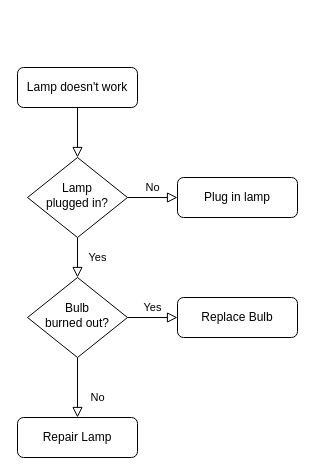
Before: 低代码与传统模式开发流程差异.drawio in zy380196088/draw-workspace, a draw.io diagram. Source tidied: cells renumbered, new cells numbered last; positions are measured from the earlier drawing's top-left corner, leaving out a move shared by most shapes. Both pictures are drawn from the tidied source at 100%, with x=0, y=0 at pixel (17, 67).
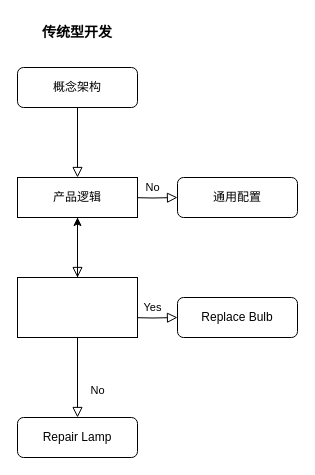
After the change.

Commit message (it also covers changes not shown here):
更新低代码与传统模式开发流程差异.drawio

Diff of the diagram source:
```diff
@@
 <mxGraphModel>
   <root>
     <mxCell id="0" />
     <mxCell id="1" parent="0" />
-    <mxCell id="2" style="rounded=0;html=1;jettySize=auto;fontSize=11;endArrow=block;endFill=0;endSize=8;strokeWidth=1;shadow=0;labelBackgroundColor=none;edgeStyle=orthogonalEdgeStyle;" parent="1" edge="1" source="3" target="6">
+    <mxCell id="2" style="rounded=0;html=1;jettySize=auto;fontSize=11;endArrow=block;endFill=0;endSize=8;strokeWidth=1;shadow=0;labelBackgroundColor=none;edgeStyle=orthogonalEdgeStyle;entryX=0.5;entryY=0;entryDx=0;entryDy=0;" parent="1" edge="1" source="3" target="13">
       <mxGeometry relative="1" as="geometry" />
     </mxCell>
-    <mxCell id="3" value="Lamp doesn't work" style="rounded=1;whiteSpace=wrap;html=1;fontSize=12;glass=0;strokeWidth=1;shadow=0;" parent="1" vertex="1">
+    <mxCell id="3" value="概念架构" style="rounded=1;whiteSpace=wrap;html=1;fontSize=12;glass=0;strokeWidth=1;shadow=0;" parent="1" vertex="1">
       <mxGeometry width="120" height="40" as="geometry" />
     </mxCell>
-    <mxCell id="4" value="Yes" style="rounded=0;html=1;jettySize=auto;fontSize=11;endArrow=block;endFill=0;endSize=8;strokeWidth=1;shadow=0;labelBackgroundColor=none;edgeStyle=orthogonalEdgeStyle;" parent="1" edge="1" source="6" target="10">
+    <mxCell id="4" style="rounded=0;html=1;jettySize=auto;fontSize=11;endArrow=block;endFill=0;endSize=8;strokeWidth=1;shadow=0;labelBackgroundColor=none;edgeStyle=orthogonalEdgeStyle;entryX=0.5;entryY=0;entryDx=0;entryDy=0;" parent="1" edge="1" source="13" target="16">
       <mxGeometry y="20" relative="1" as="geometry" />
     </mxCell>
-    <mxCell id="5" value="No" style="edgeStyle=orthogonalEdgeStyle;rounded=0;html=1;jettySize=auto;fontSize=11;endArrow=block;endFill=0;endSize=8;strokeWidth=1;shadow=0;labelBackgroundColor=none;" parent="1" edge="1" source="6" target="7">
-      <mxGeometry y="10" relative="1" as="geometry" />
+    <mxCell id="5" value="No" style="edgeStyle=orthogonalEdgeStyle;rounded=0;html=1;jettySize=auto;fontSize=11;endArrow=block;endFill=0;endSize=8;strokeWidth=1;shadow=0;labelBackgroundColor=none;" parent="1" edge="1" target="7">
+      <mxGeometry y="10" relative="1" as="geometry">
+        <mxPoint x="110" y="130" as="sourcePoint" />
+      </mxGeometry>
     </mxCell>
-    <mxCell id="6" value="Lamp&lt;br&gt;plugged in?" style="rhombus;whiteSpace=wrap;html=1;shadow=0;fontFamily=Helvetica;fontSize=12;align=center;strokeWidth=1;spacing=6;spacingTop=-4;" parent="1" vertex="1">
-      <mxGeometry x="10" y="90" width="100" height="80" as="geometry" />
-    </mxCell>
-    <mxCell id="7" value="Plug in lamp" style="rounded=1;whiteSpace=wrap;html=1;fontSize=12;glass=0;strokeWidth=1;shadow=0;" parent="1" vertex="1">
+    <mxCell id="7" value="通用配置" style="rounded=1;whiteSpace=wrap;html=1;fontSize=12;glass=0;strokeWidth=1;shadow=0;" parent="1" vertex="1">
       <mxGeometry x="160" y="110" width="120" height="40" as="geometry" />
     </mxCell>
-    <mxCell id="8" value="No" style="rounded=0;html=1;jettySize=auto;fontSize=11;endArrow=block;endFill=0;endSize=8;strokeWidth=1;shadow=0;labelBackgroundColor=none;edgeStyle=orthogonalEdgeStyle;" parent="1" edge="1" source="10" target="11">
+    <mxCell id="8" value="No" style="rounded=0;html=1;jettySize=auto;fontSize=11;endArrow=block;endFill=0;endSize=8;strokeWidth=1;shadow=0;labelBackgroundColor=none;edgeStyle=orthogonalEdgeStyle;exitX=0.5;exitY=1;exitDx=0;exitDy=0;" parent="1" edge="1" source="16" target="11">
       <mxGeometry x="0.33" y="20" relative="1" as="geometry" />
     </mxCell>
-    <mxCell id="9" value="Yes" style="edgeStyle=orthogonalEdgeStyle;rounded=0;html=1;jettySize=auto;fontSize=11;endArrow=block;endFill=0;endSize=8;strokeWidth=1;shadow=0;labelBackgroundColor=none;" parent="1" edge="1" source="10" target="12">
-      <mxGeometry y="10" relative="1" as="geometry" />
+    <mxCell id="9" value="Yes" style="edgeStyle=orthogonalEdgeStyle;rounded=0;html=1;jettySize=auto;fontSize=11;endArrow=block;endFill=0;endSize=8;strokeWidth=1;shadow=0;labelBackgroundColor=none;" parent="1" edge="1" target="12">
+      <mxGeometry y="10" relative="1" as="geometry">
+        <mxPoint x="110" y="250" as="sourcePoint" />
+      </mxGeometry>
     </mxCell>
-    <mxCell id="10" value="Bulb&lt;br&gt;burned out?" style="rhombus;whiteSpace=wrap;html=1;shadow=0;fontFamily=Helvetica;fontSize=12;align=center;strokeWidth=1;spacing=6;spacingTop=-4;" parent="1" vertex="1">
-      <mxGeometry x="10" y="210" width="100" height="80" as="geometry" />
-    </mxCell>
     <mxCell id="11" value="Repair Lamp" style="rounded=1;whiteSpace=wrap;html=1;fontSize=12;glass=0;strokeWidth=1;shadow=0;" parent="1" vertex="1">
       <mxGeometry y="350" width="120" height="40" as="geometry" />
     </mxCell>
     <mxCell id="12" value="Replace Bulb" style="rounded=1;whiteSpace=wrap;html=1;fontSize=12;glass=0;strokeWidth=1;shadow=0;" parent="1" vertex="1">
       <mxGeometry x="160" y="230" width="120" height="40" as="geometry" />
     </mxCell>
+    <mxCell id="13" value="产品逻辑" style="rounded=0;whiteSpace=wrap;html=1;" parent="1" vertex="1">
+      <mxGeometry y="110" width="120" height="40" as="geometry" />
+    </mxCell>
+    <mxCell id="14" value="传统型开发" style="text;strokeColor=none;align=center;fillColor=none;html=1;verticalAlign=middle;whiteSpace=wrap;rounded=0;fontSize=14;fontStyle=1;" parent="1" vertex="1">
+      <mxGeometry y="-50" width="120" height="30" as="geometry" />
+    </mxCell>
+    <mxCell id="15" style="edgeStyle=orthogonalEdgeStyle;rounded=0;jettySize=auto;html=1;" parent="1" edge="1" source="16" target="13">
+      <mxGeometry relative="1" as="geometry" />
+    </mxCell>
+    <mxCell id="16" style="rounded=0;whiteSpace=wrap;html=1;" parent="1" vertex="1">
+      <mxGeometry y="210" width="120" height="60" as="geometry" />
+    </mxCell>
   </root>
 </mxGraphModel>
```
